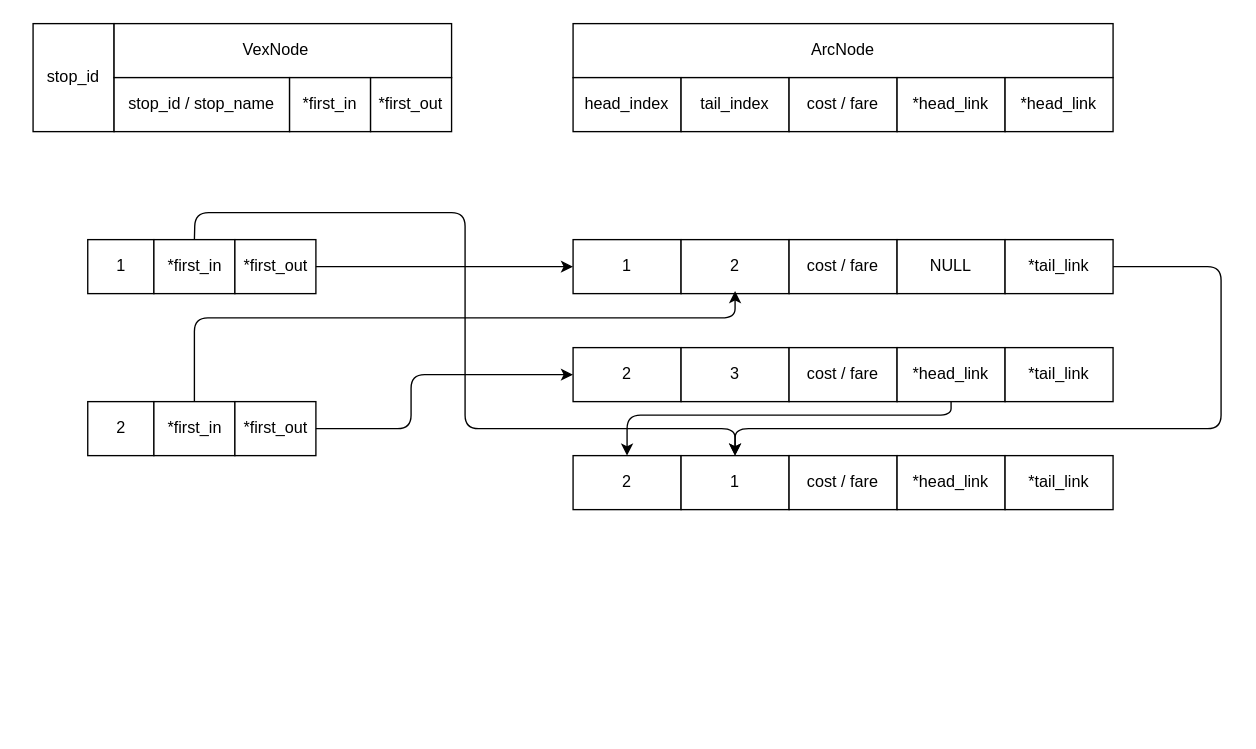
The draw.io diagram docs/data_structure.drawio in HolmesAmzish/ZhenJiangBusTransferSystem, before the edit. Source tidied: cells renumbered, new cells numbered last; positions are measured from the earlier drawing's top-left corner, leaving out a move shared by most shapes. Both pictures are drawn from the tidied source at 135%, with x=0, y=0 at pixel (32, 23).
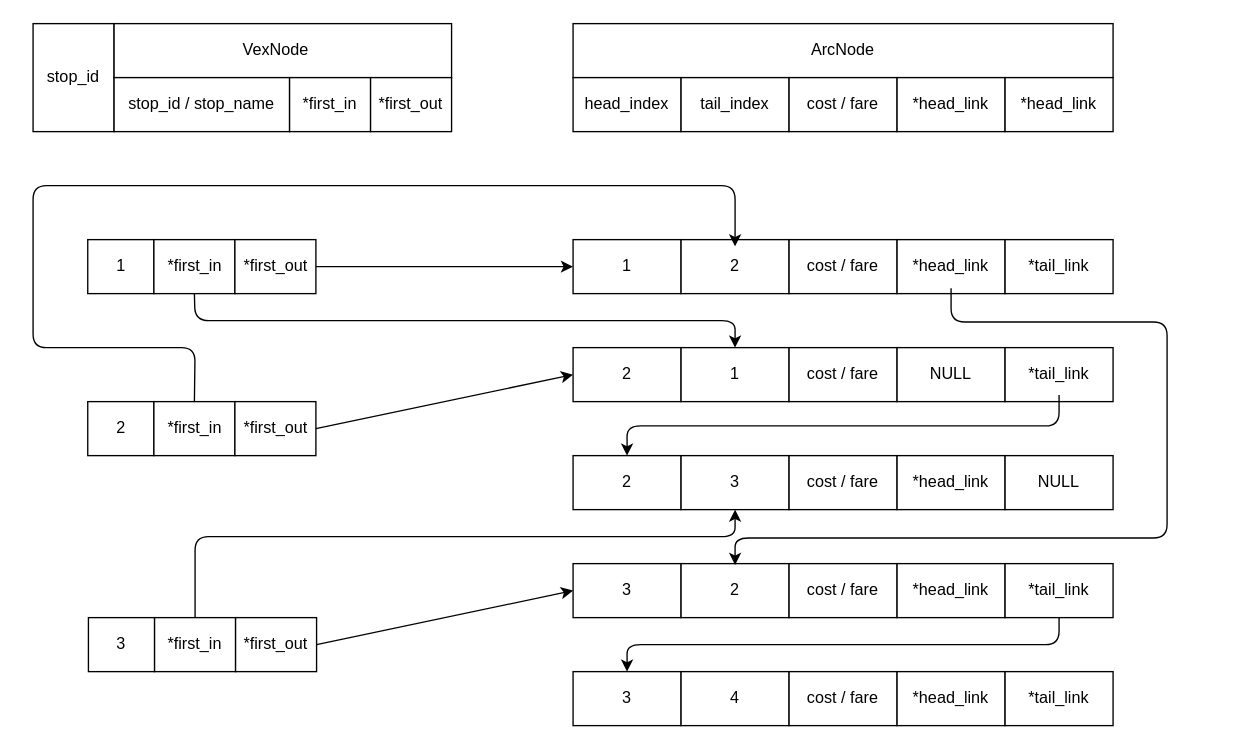
Above is the later version.

Unchanged cells that the change refers to:
```xml
<mxCell id="23" style="rounded=0;whiteSpace=wrap;html=1;" parent="1" vertex="1">
  <mxGeometry x="400" y="160" width="80" height="40" as="geometry" />
</mxCell>
<mxCell id="26" value="2" style="text;html=1;strokeColor=none;fillColor=none;align=center;verticalAlign=middle;whiteSpace=wrap;rounded=0;" parent="1" vertex="1">
  <mxGeometry x="490" y="165" width="60" height="30" as="geometry" />
</mxCell>
<mxCell id="31" style="rounded=0;whiteSpace=wrap;html=1;" parent="1" vertex="1">
  <mxGeometry x="720" y="160" width="80" height="40" as="geometry" />
</mxCell>
<mxCell id="35" style="rounded=0;whiteSpace=wrap;html=1;" parent="1" vertex="1">
  <mxGeometry x="89.5" y="160" width="60" height="40" as="geometry" />
</mxCell>
<mxCell id="39" value="*first_out" style="text;html=1;strokeColor=none;fillColor=none;align=center;verticalAlign=middle;whiteSpace=wrap;rounded=0;" parent="1" vertex="1">
  <mxGeometry x="149.5" y="165" width="60" height="30" as="geometry" />
</mxCell>
<mxCell id="43" style="rounded=0;whiteSpace=wrap;html=1;" parent="1" vertex="1">
  <mxGeometry x="89.5" y="280" width="60" height="40" as="geometry" />
</mxCell>
<mxCell id="47" value="*first_out" style="text;html=1;strokeColor=none;fillColor=none;align=center;verticalAlign=middle;whiteSpace=wrap;rounded=0;" parent="1" vertex="1">
  <mxGeometry x="149.5" y="285" width="60" height="30" as="geometry" />
</mxCell>
<mxCell id="48" style="rounded=0;whiteSpace=wrap;html=1;" parent="1" vertex="1">
  <mxGeometry x="400" y="240" width="80" height="40" as="geometry" />
</mxCell>
<mxCell id="50" style="rounded=0;whiteSpace=wrap;html=1;" parent="1" vertex="1">
  <mxGeometry x="480" y="240" width="80" height="40" as="geometry" />
</mxCell>
<mxCell id="53" value="cost / fare" style="text;html=1;strokeColor=none;fillColor=none;align=center;verticalAlign=middle;whiteSpace=wrap;rounded=0;" parent="1" vertex="1">
  <mxGeometry x="570" y="245" width="60" height="30" as="geometry" />
</mxCell>
<mxCell id="55" style="rounded=0;whiteSpace=wrap;html=1;" parent="1" vertex="1">
  <mxGeometry x="640" y="240" width="80" height="40" as="geometry" />
</mxCell>
<mxCell id="58" value="*tail_link" style="text;html=1;strokeColor=none;fillColor=none;align=center;verticalAlign=middle;whiteSpace=wrap;rounded=0;" parent="1" vertex="1">
  <mxGeometry x="730" y="245" width="60" height="30" as="geometry" />
</mxCell>
<mxCell id="59" style="rounded=0;whiteSpace=wrap;html=1;" parent="1" vertex="1">
  <mxGeometry x="400" y="320" width="80" height="40" as="geometry" />
</mxCell>
<mxCell id="61" style="rounded=0;whiteSpace=wrap;html=1;" parent="1" vertex="1">
  <mxGeometry x="480" y="320" width="80" height="40" as="geometry" />
</mxCell>
```

What changed in the source:
```diff
@@
-    <mxCell id="30" value="NULL" style="text;html=1;strokeColor=none;fillColor=none;align=center;verticalAlign=middle;whiteSpace=wrap;rounded=0;" parent="1" vertex="1">
-      <mxGeometry x="650" y="165" width="60" height="30" as="geometry" />
-    </mxCell>
@@
-    <mxCell id="38" style="edgeStyle=elbowEdgeStyle;html=1;exitX=1;exitY=0.5;exitDx=0;exitDy=0;entryX=0;entryY=0.5;entryDx=0;entryDy=0;" parent="1" edge="1" source="39" target="23">
+    <mxCell id="38" style="edgeStyle=elbowEdgeStyle;elbow=vertical;html=1;exitX=1;exitY=0.5;exitDx=0;exitDy=0;entryX=0;entryY=0.5;entryDx=0;entryDy=0;" parent="1" edge="1" source="39" target="23">
       <mxGeometry relative="1" as="geometry" />
     </mxCell>
@@
-    <mxCell id="42" style="edgeStyle=elbowEdgeStyle;elbow=vertical;html=1;exitX=0.5;exitY=0;exitDx=0;exitDy=0;entryX=0.5;entryY=1;entryDx=0;entryDy=0;" parent="1" edge="1" source="43">
-      <mxGeometry relative="1" as="geometry">
-        <mxPoint x="520" y="198" as="targetPoint" />
-        <Array as="points">
-          <mxPoint x="350" y="218" />
-        </Array>
-      </mxGeometry>
-    </mxCell>
@@
-    <mxCell id="46" style="edgeStyle=elbowEdgeStyle;html=1;exitX=1;exitY=0.5;exitDx=0;exitDy=0;entryX=0;entryY=0.5;entryDx=0;entryDy=0;" parent="1" edge="1" source="47" target="48">
-      <mxGeometry relative="1" as="geometry">
-        <Array as="points">
-          <mxPoint x="280" y="280" />
-        </Array>
-      </mxGeometry>
-    </mxCell>
@@
-    <mxCell id="51" value="3" style="text;html=1;strokeColor=none;fillColor=none;align=center;verticalAlign=middle;whiteSpace=wrap;rounded=0;" parent="1" vertex="1">
+    <mxCell id="51" value="1" style="text;html=1;strokeColor=none;fillColor=none;align=center;verticalAlign=middle;whiteSpace=wrap;rounded=0;" parent="1" vertex="1">
       <mxGeometry x="490" y="245" width="60" height="30" as="geometry" />
     </mxCell>
@@
+    <mxCell id="71" style="edgeStyle=elbowEdgeStyle;html=1;" parent="1" edge="1" source="53">
+      <mxGeometry relative="1" as="geometry">
+        <mxPoint x="630" y="260" as="targetPoint" />
+      </mxGeometry>
+    </mxCell>
@@
-    <mxCell id="54" style="edgeStyle=elbowEdgeStyle;elbow=vertical;html=1;exitX=0.5;exitY=1;exitDx=0;exitDy=0;entryX=0.5;entryY=0;entryDx=0;entryDy=0;" parent="1" edge="1" source="55" target="59">
-      <mxGeometry relative="1" as="geometry">
-        <Array as="points">
-          <mxPoint x="560" y="290" />
-        </Array>
-      </mxGeometry>
-    </mxCell>
@@
-    <mxCell id="56" value="*head_link" style="text;html=1;strokeColor=none;fillColor=none;align=center;verticalAlign=middle;whiteSpace=wrap;rounded=0;" parent="1" vertex="1">
+    <mxCell id="56" value="NULL" style="text;html=1;strokeColor=none;fillColor=none;align=center;verticalAlign=middle;whiteSpace=wrap;rounded=0;" parent="1" vertex="1">
       <mxGeometry x="650" y="245" width="60" height="30" as="geometry" />
     </mxCell>
@@
+    <mxCell id="72" style="edgeStyle=elbowEdgeStyle;elbow=vertical;html=1;exitX=0.5;exitY=1;exitDx=0;exitDy=0;entryX=0.5;entryY=0;entryDx=0;entryDy=0;" parent="1" edge="1" source="58" target="59">
+      <mxGeometry relative="1" as="geometry" />
+    </mxCell>
@@
-    <mxCell id="62" value="1" style="text;html=1;strokeColor=none;fillColor=none;align=center;verticalAlign=middle;whiteSpace=wrap;rounded=0;" parent="1" vertex="1">
+    <mxCell id="62" value="3" style="text;html=1;strokeColor=none;fillColor=none;align=center;verticalAlign=middle;whiteSpace=wrap;rounded=0;" parent="1" vertex="1">
       <mxGeometry x="490" y="325" width="60" height="30" as="geometry" />
     </mxCell>
@@
-    <mxCell id="68" value="*tail_link" style="text;html=1;strokeColor=none;fillColor=none;align=center;verticalAlign=middle;whiteSpace=wrap;rounded=0;" parent="1" vertex="1">
+    <mxCell id="68" value="NULL" style="text;html=1;strokeColor=none;fillColor=none;align=center;verticalAlign=middle;whiteSpace=wrap;rounded=0;" parent="1" vertex="1">
       <mxGeometry x="730" y="325" width="60" height="30" as="geometry" />
     </mxCell>
-    <mxCell id="69" style="endArrow=classic;html=1;elbow=vertical;exitX=1;exitY=0.5;exitDx=0;exitDy=0;entryX=0.5;entryY=0;entryDx=0;entryDy=0;" parent="1" edge="1" source="31" target="61">
-      <mxGeometry relative="1" as="geometry">
-        <Array as="points">
-          <mxPoint x="880" y="180" />
-          <mxPoint x="880" y="300" />
-          <mxPoint x="520" y="300" />
-        </Array>
-      </mxGeometry>
-    </mxCell>
-    <mxCell id="70" style="endArrow=classic;html=1;elbow=vertical;exitX=0.5;exitY=0;exitDx=0;exitDy=0;" parent="1" edge="1" source="35">
-      <mxGeometry relative="1" as="geometry">
-        <mxPoint x="520" y="320" as="targetPoint" />
-        <Array as="points">
-          <mxPoint x="120" y="140" />
-          <mxPoint x="320" y="140" />
-          <mxPoint x="320" y="300" />
-          <mxPoint x="520" y="300" />
-        </Array>
-      </mxGeometry>
-    </mxCell>
+    <mxCell id="73" style="rounded=0;whiteSpace=wrap;html=1;" parent="1" vertex="1">
+      <mxGeometry x="41" y="440" width="49" height="40" as="geometry" />
+    </mxCell>
+    <mxCell id="74" value="3" style="text;html=1;strokeColor=none;fillColor=none;align=center;verticalAlign=middle;whiteSpace=wrap;rounded=0;" parent="1" vertex="1">
+      <mxGeometry x="41" y="445" width="49" height="30" as="geometry" />
+    </mxCell>
+    <mxCell id="75" style="rounded=0;whiteSpace=wrap;html=1;" parent="1" vertex="1">
+      <mxGeometry x="90" y="440" width="60" height="40" as="geometry" />
+    </mxCell>
+    <mxCell id="76" value="*first_in" style="text;html=1;strokeColor=none;fillColor=none;align=center;verticalAlign=middle;whiteSpace=wrap;rounded=0;" parent="1" vertex="1">
+      <mxGeometry x="90" y="445" width="60" height="30" as="geometry" />
+    </mxCell>
+    <mxCell id="77" style="rounded=0;whiteSpace=wrap;html=1;" parent="1" vertex="1">
+      <mxGeometry x="150" y="440" width="60" height="40" as="geometry" />
+    </mxCell>
+    <mxCell id="78" value="*first_out" style="text;html=1;strokeColor=none;fillColor=none;align=center;verticalAlign=middle;whiteSpace=wrap;rounded=0;" parent="1" vertex="1">
+      <mxGeometry x="150" y="445" width="60" height="30" as="geometry" />
+    </mxCell>
+    <mxCell id="79" style="rounded=0;whiteSpace=wrap;html=1;" parent="1" vertex="1">
+      <mxGeometry x="400" y="400" width="80" height="40" as="geometry" />
+    </mxCell>
+    <mxCell id="80" value="3" style="text;html=1;strokeColor=none;fillColor=none;align=center;verticalAlign=middle;whiteSpace=wrap;rounded=0;" parent="1" vertex="1">
+      <mxGeometry x="410" y="405" width="60" height="30" as="geometry" />
+    </mxCell>
+    <mxCell id="81" style="rounded=0;whiteSpace=wrap;html=1;" parent="1" vertex="1">
+      <mxGeometry x="480" y="400" width="80" height="40" as="geometry" />
+    </mxCell>
+    <mxCell id="82" value="2" style="text;html=1;strokeColor=none;fillColor=none;align=center;verticalAlign=middle;whiteSpace=wrap;rounded=0;" parent="1" vertex="1">
+      <mxGeometry x="490" y="405" width="60" height="30" as="geometry" />
+    </mxCell>
+    <mxCell id="83" style="rounded=0;whiteSpace=wrap;html=1;" parent="1" vertex="1">
+      <mxGeometry x="560" y="400" width="80" height="40" as="geometry" />
+    </mxCell>
+    <mxCell id="84" value="cost / fare" style="text;html=1;strokeColor=none;fillColor=none;align=center;verticalAlign=middle;whiteSpace=wrap;rounded=0;" parent="1" vertex="1">
+      <mxGeometry x="570" y="405" width="60" height="30" as="geometry" />
+    </mxCell>
+    <mxCell id="85" style="rounded=0;whiteSpace=wrap;html=1;" parent="1" vertex="1">
+      <mxGeometry x="640" y="400" width="80" height="40" as="geometry" />
+    </mxCell>
+    <mxCell id="86" value="*head_link" style="text;html=1;strokeColor=none;fillColor=none;align=center;verticalAlign=middle;whiteSpace=wrap;rounded=0;" parent="1" vertex="1">
+      <mxGeometry x="650" y="405" width="60" height="30" as="geometry" />
+    </mxCell>
+    <mxCell id="87" style="rounded=0;whiteSpace=wrap;html=1;" parent="1" vertex="1">
+      <mxGeometry x="720" y="400" width="80" height="40" as="geometry" />
+    </mxCell>
+    <mxCell id="88" value="*tail_link" style="text;html=1;strokeColor=none;fillColor=none;align=center;verticalAlign=middle;whiteSpace=wrap;rounded=0;" parent="1" vertex="1">
+      <mxGeometry x="730" y="405" width="60" height="30" as="geometry" />
+    </mxCell>
+    <mxCell id="89" style="rounded=0;whiteSpace=wrap;html=1;" parent="1" vertex="1">
+      <mxGeometry x="400" y="480" width="80" height="40" as="geometry" />
+    </mxCell>
+    <mxCell id="90" value="3" style="text;html=1;strokeColor=none;fillColor=none;align=center;verticalAlign=middle;whiteSpace=wrap;rounded=0;" parent="1" vertex="1">
+      <mxGeometry x="410" y="485" width="60" height="30" as="geometry" />
+    </mxCell>
+    <mxCell id="91" style="rounded=0;whiteSpace=wrap;html=1;" parent="1" vertex="1">
+      <mxGeometry x="480" y="480" width="80" height="40" as="geometry" />
+    </mxCell>
+    <mxCell id="92" value="4" style="text;html=1;strokeColor=none;fillColor=none;align=center;verticalAlign=middle;whiteSpace=wrap;rounded=0;" parent="1" vertex="1">
+      <mxGeometry x="490" y="485" width="60" height="30" as="geometry" />
+    </mxCell>
+    <mxCell id="93" style="rounded=0;whiteSpace=wrap;html=1;" parent="1" vertex="1">
+      <mxGeometry x="560" y="480" width="80" height="40" as="geometry" />
+    </mxCell>
+    <mxCell id="94" value="cost / fare" style="text;html=1;strokeColor=none;fillColor=none;align=center;verticalAlign=middle;whiteSpace=wrap;rounded=0;" parent="1" vertex="1">
+      <mxGeometry x="570" y="485" width="60" height="30" as="geometry" />
+    </mxCell>
+    <mxCell id="95" style="rounded=0;whiteSpace=wrap;html=1;" parent="1" vertex="1">
+      <mxGeometry x="640" y="480" width="80" height="40" as="geometry" />
+    </mxCell>
+    <mxCell id="96" value="*head_link" style="text;html=1;strokeColor=none;fillColor=none;align=center;verticalAlign=middle;whiteSpace=wrap;rounded=0;" parent="1" vertex="1">
+      <mxGeometry x="650" y="485" width="60" height="30" as="geometry" />
+    </mxCell>
+    <mxCell id="97" style="rounded=0;whiteSpace=wrap;html=1;" parent="1" vertex="1">
+      <mxGeometry x="720" y="480" width="80" height="40" as="geometry" />
+    </mxCell>
+    <mxCell id="98" value="*tail_link" style="text;html=1;strokeColor=none;fillColor=none;align=center;verticalAlign=middle;whiteSpace=wrap;rounded=0;" parent="1" vertex="1">
+      <mxGeometry x="730" y="485" width="60" height="30" as="geometry" />
+    </mxCell>
+    <mxCell id="99" value="*head_link" style="text;html=1;strokeColor=none;fillColor=none;align=center;verticalAlign=middle;whiteSpace=wrap;rounded=0;" parent="1" vertex="1">
+      <mxGeometry x="650" y="165" width="60" height="30" as="geometry" />
+    </mxCell>
+    <mxCell id="100" style="endArrow=classic;html=1;exitX=0.5;exitY=1;exitDx=0;exitDy=0;entryX=0.5;entryY=0;entryDx=0;entryDy=0;" parent="1" edge="1">
+      <mxGeometry relative="1" as="geometry">
+        <mxPoint x="680" y="196" as="sourcePoint" />
+        <mxPoint x="520" y="401" as="targetPoint" />
+        <Array as="points">
+          <mxPoint x="680" y="221" />
+          <mxPoint x="840" y="221" />
+          <mxPoint x="840" y="381" />
+          <mxPoint x="650" y="381" />
+          <mxPoint x="520" y="381" />
+        </Array>
+      </mxGeometry>
+    </mxCell>
+    <mxCell id="101" style="endArrow=classic;html=1;exitX=0.5;exitY=0;exitDx=0;exitDy=0;entryX=0.5;entryY=1;entryDx=0;entryDy=0;" parent="1" edge="1" source="75" target="61">
+      <mxGeometry relative="1" as="geometry">
+        <Array as="points">
+          <mxPoint x="120" y="380" />
+          <mxPoint x="520" y="380" />
+        </Array>
+      </mxGeometry>
+    </mxCell>
+    <mxCell id="102" style="endArrow=classic;html=1;entryX=0.5;entryY=0;entryDx=0;entryDy=0;exitX=0.5;exitY=1;exitDx=0;exitDy=0;" parent="1" edge="1" source="87" target="89">
+      <mxGeometry relative="1" as="geometry">
+        <Array as="points">
+          <mxPoint x="760" y="460" />
+          <mxPoint x="440" y="460" />
+        </Array>
+      </mxGeometry>
+    </mxCell>
+    <mxCell id="103" style="endArrow=classic;html=1;entryX=0.5;entryY=0;entryDx=0;entryDy=0;exitX=0.5;exitY=1;exitDx=0;exitDy=0;" parent="1" edge="1" source="35" target="50">
+      <mxGeometry relative="1" as="geometry">
+        <Array as="points">
+          <mxPoint x="120" y="220" />
+          <mxPoint x="520" y="220" />
+        </Array>
+      </mxGeometry>
+    </mxCell>
+    <mxCell id="104" style="endArrow=classic;html=1;exitX=0.5;exitY=0;exitDx=0;exitDy=0;entryX=0.5;entryY=0;entryDx=0;entryDy=0;" parent="1" edge="1" source="43" target="26">
+      <mxGeometry relative="1" as="geometry">
+        <Array as="points">
+          <mxPoint x="120" y="240" />
+          <mxPoint y="240" />
+          <mxPoint y="120" />
+          <mxPoint x="520" y="120" />
+        </Array>
+      </mxGeometry>
+    </mxCell>
+    <mxCell id="105" style="endArrow=classic;html=1;exitX=1;exitY=0.5;exitDx=0;exitDy=0;entryX=0;entryY=0.5;entryDx=0;entryDy=0;" parent="1" edge="1" source="78" target="79">
+      <mxGeometry relative="1" as="geometry" />
+    </mxCell>
+    <mxCell id="46" style="endArrow=classic;html=1;exitX=1;exitY=0.5;exitDx=0;exitDy=0;entryX=0;entryY=0.5;entryDx=0;entryDy=0;" parent="1" edge="1" source="47" target="48">
+      <mxGeometry relative="1" as="geometry" />
+    </mxCell>
```
